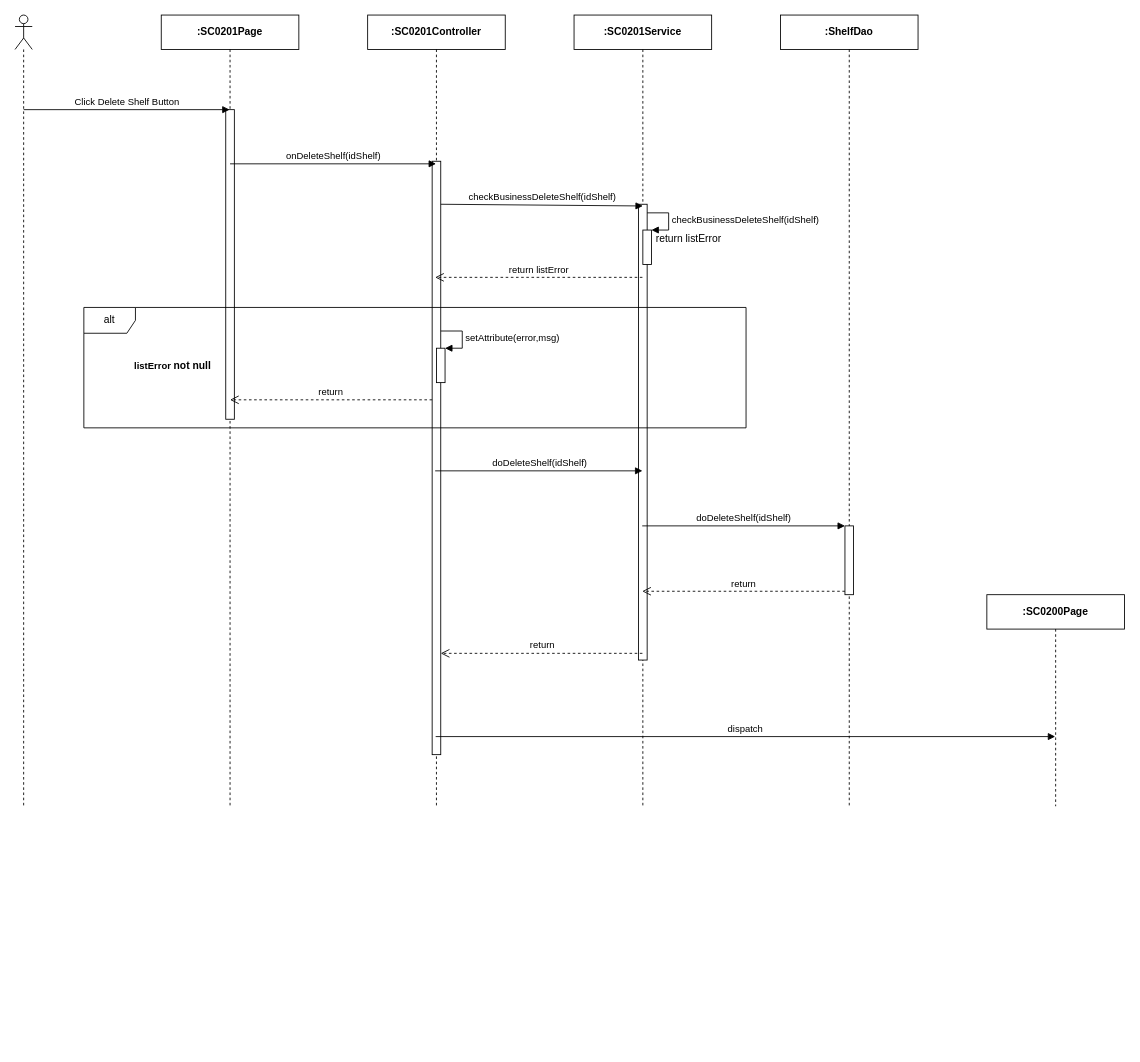
luannmdev/CapstoneDocument keeps this draw.io diagram as page "Ev04" (4 of 7) of Users/LuanNM/SEQ Diagram Review/sc02/SC0201_ShelfDetail.drawio. Above is the earlier version. Source tidied: cells renumbered, new cells numbered last; positions are measured from the earlier drawing's top-left corner, leaving out a move shared by most shapes. Both pictures are drawn from the tidied source at 86%, with x=0, y=0 at pixel (15, 15).
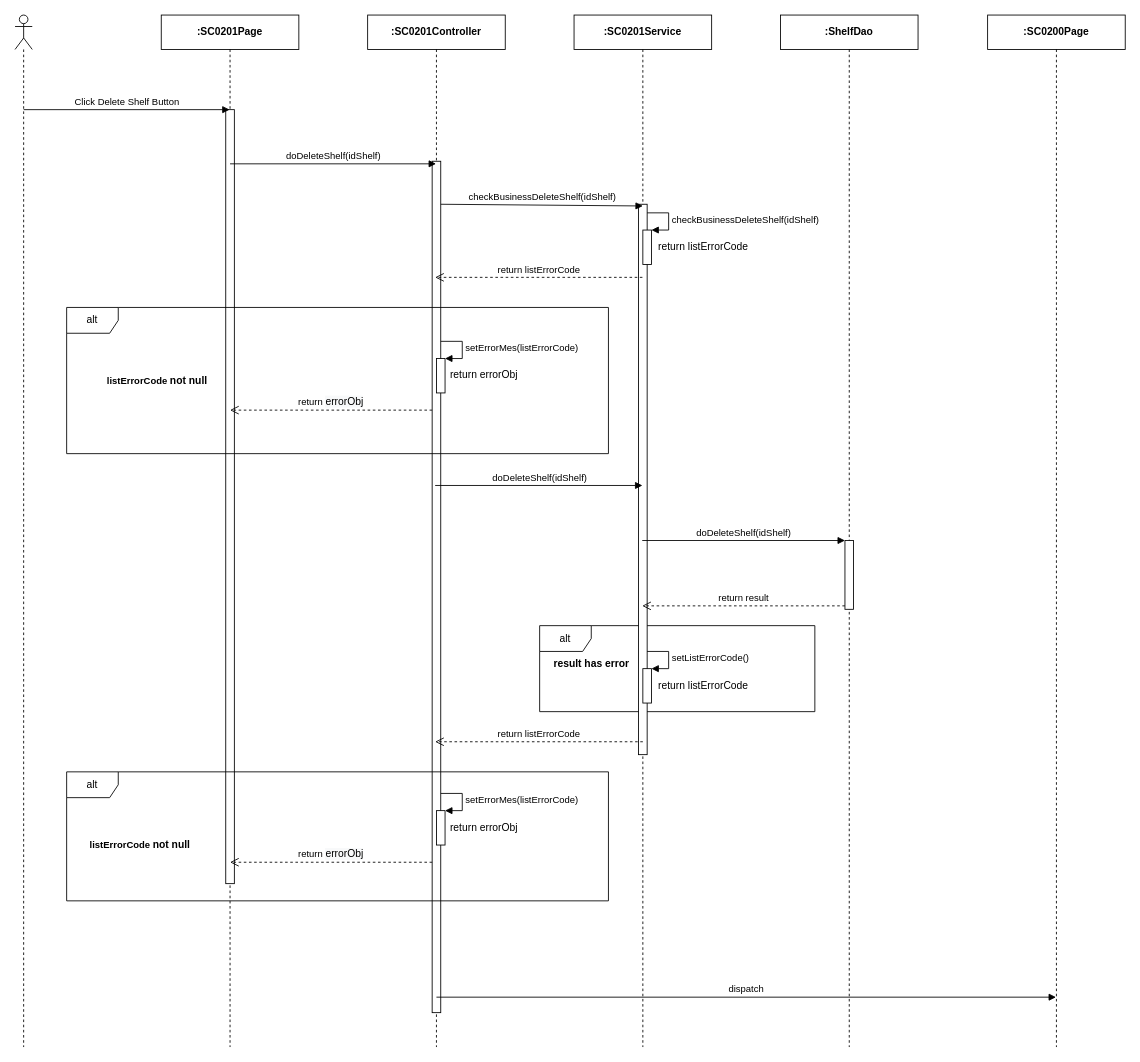
The same page after the edit.

The edit, as a diff of the source:
```diff
@@
+    <mxCell id="29" value="alt" style="shape=umlFrame;whiteSpace=wrap;html=1;" parent="1" vertex="1">
+      <mxGeometry x="610" y="710" width="320" height="100" as="geometry" />
+    </mxCell>
     <mxCell id="2" style="shape=umlLifeline;participant=umlActor;perimeter=lifelinePerimeter;whiteSpace=wrap;html=1;verticalAlign=top;spacingTop=36;" parent="1" vertex="1">
-      <mxGeometry width="20" height="920" as="geometry" />
+      <mxGeometry width="20" height="1200" as="geometry" />
     </mxCell>
     <mxCell id="3" value="&lt;b&gt;:SC0201Page&lt;/b&gt;" style="shape=umlLifeline;perimeter=lifelinePerimeter;whiteSpace=wrap;html=1;outlineConnect=0;" parent="1" vertex="1">
-      <mxGeometry x="170" width="160" height="920" as="geometry" />
+      <mxGeometry x="170" width="160" height="1200" as="geometry" />
     </mxCell>
     <mxCell id="4" style="html=1;perimeter=orthogonalPerimeter;" parent="3" vertex="1">
-      <mxGeometry x="75" y="110" width="10" height="360" as="geometry" />
+      <mxGeometry x="75" y="110" width="10" height="900" as="geometry" />
     </mxCell>
     <mxCell id="5" value="&lt;b&gt;:ShelfDao&lt;/b&gt;" style="shape=umlLifeline;perimeter=lifelinePerimeter;whiteSpace=wrap;html=1;" parent="1" vertex="1">
-      <mxGeometry x="890" width="160" height="920" as="geometry" />
+      <mxGeometry x="890" width="160" height="1200" as="geometry" />
     </mxCell>
     <mxCell id="6" value="&lt;b&gt;:&lt;/b&gt;&lt;b&gt;SC0201&lt;/b&gt;&lt;b&gt;Service&lt;/b&gt;" style="shape=umlLifeline;perimeter=lifelinePerimeter;whiteSpace=wrap;html=1;" parent="1" vertex="1">
-      <mxGeometry x="650" width="160" height="920" as="geometry" />
+      <mxGeometry x="650" width="160" height="1200" as="geometry" />
     </mxCell>
     <mxCell id="7" style="html=1;perimeter=orthogonalPerimeter;" parent="6" vertex="1">
-      <mxGeometry x="75" y="220" width="10" height="530" as="geometry" />
+      <mxGeometry x="75" y="220" width="10" height="640" as="geometry" />
     </mxCell>
     <mxCell id="8" value="&lt;b&gt;:SC0201Controller&lt;/b&gt;" style="shape=umlLifeline;perimeter=lifelinePerimeter;whiteSpace=wrap;html=1;" parent="1" vertex="1">
-      <mxGeometry x="410" width="160" height="920" as="geometry" />
+      <mxGeometry x="410" width="160" height="1200" as="geometry" />
     </mxCell>
     <mxCell id="9" style="html=1;perimeter=orthogonalPerimeter;" parent="8" vertex="1">
-      <mxGeometry x="75" y="170" width="10" height="690" as="geometry" />
+      <mxGeometry x="75" y="170" width="10" height="990" as="geometry" />
     </mxCell>
@@
-    <mxCell id="11" value="onDeleteShelf(idShelf)" style="html=1;verticalAlign=bottom;endArrow=block;" parent="1" edge="1">
+    <mxCell id="11" value="doDeleteShelf(idShelf)" style="html=1;verticalAlign=bottom;endArrow=block;" parent="1" edge="1">
       <mxGeometry relative="1" as="geometry">
         <mxPoint x="250" y="173" as="sourcePoint" />
         <mxPoint x="489.5" y="173" as="targetPoint" />
       </mxGeometry>
     </mxCell>
@@
-    <mxCell id="13" value="return listError" style="html=1;verticalAlign=bottom;endArrow=open;dashed=1;endSize=8;" parent="1" edge="1">
+    <mxCell id="13" value="return listErrorCode" style="html=1;verticalAlign=bottom;endArrow=open;dashed=1;endSize=8;" parent="1" edge="1">
       <mxGeometry relative="1" as="geometry">
         <mxPoint x="729.5" y="305" as="sourcePoint" />
         <mxPoint x="488.5" y="305" as="targetPoint" />
       </mxGeometry>
     </mxCell>
-    <mxCell id="14" value="alt" style="shape=umlFrame;whiteSpace=wrap;html=1;" parent="1" vertex="1">
-      <mxGeometry x="80" y="340" width="770" height="140" as="geometry" />
-    </mxCell>
-    <mxCell id="15" value="&lt;span style=&quot;font-size: 11px ; background-color: rgb(255 , 255 , 255)&quot;&gt;&lt;b&gt;listError&amp;nbsp;&lt;/b&gt;&lt;/span&gt;&lt;b&gt;not null&lt;/b&gt;" style="text;html=1;align=center;verticalAlign=middle;" parent="1" vertex="1">
-      <mxGeometry x="133" y="398" width="100" height="20" as="geometry" />
-    </mxCell>
-    <mxCell id="16" style="html=1;points=[];perimeter=orthogonalPerimeter;" parent="1" vertex="1">
-      <mxGeometry x="490" y="387.4" width="10" height="40" as="geometry" />
-    </mxCell>
-    <mxCell id="17" value="setAttribute(error,msg)" style="edgeStyle=orthogonalEdgeStyle;html=1;align=left;spacingLeft=2;endArrow=block;rounded=0;entryX=1;entryY=0;" parent="1" edge="1" target="16">
-      <mxGeometry relative="1" as="geometry">
-        <mxPoint x="495" y="367.4" as="sourcePoint" />
-        <Array as="points">
-          <mxPoint x="520" y="367.4" />
-        </Array>
-      </mxGeometry>
-    </mxCell>
-    <mxCell id="18" value="return" style="html=1;verticalAlign=bottom;endArrow=open;dashed=1;endSize=8;" parent="1" edge="1">
-      <mxGeometry relative="1" as="geometry">
-        <mxPoint x="485" y="447.4" as="sourcePoint" />
-        <mxPoint x="250" y="447.4" as="targetPoint" />
-      </mxGeometry>
-    </mxCell>
     <mxCell id="19" value="doDeleteShelf(idShelf)" style="html=1;verticalAlign=bottom;endArrow=block;" parent="1" edge="1">
       <mxGeometry relative="1" as="geometry">
-        <mxPoint x="488.5" y="530" as="sourcePoint" />
-        <mxPoint x="729.5" y="530" as="targetPoint" />
+        <mxPoint x="488.5" y="547" as="sourcePoint" />
+        <mxPoint x="729.5" y="547" as="targetPoint" />
       </mxGeometry>
     </mxCell>
-    <mxCell id="20" value="return" style="html=1;verticalAlign=bottom;endArrow=open;dashed=1;endSize=8;" parent="1" edge="1">
-      <mxGeometry relative="1" as="geometry">
-        <mxPoint x="729.5" y="742.2" as="sourcePoint" />
-        <mxPoint x="495" y="742.2" as="targetPoint" />
-      </mxGeometry>
-    </mxCell>
@@
-    <mxCell id="23" value="return listError" style="text;html=1;align=center;verticalAlign=middle;" parent="1" vertex="1">
-      <mxGeometry x="738" y="250" width="90" height="20" as="geometry" />
+    <mxCell id="23" value="return listErrorCode" style="text;html=1;align=center;verticalAlign=middle;" parent="1" vertex="1">
+      <mxGeometry x="740" y="260" width="120" height="20" as="geometry" />
     </mxCell>
     <mxCell id="24" style="html=1;points=[];perimeter=orthogonalPerimeter;" parent="1" vertex="1">
-      <mxGeometry x="965" y="594" width="10" height="80" as="geometry" />
+      <mxGeometry x="965" y="611" width="10" height="80" as="geometry" />
     </mxCell>
     <mxCell id="25" value="doDeleteShelf(idShelf)" style="html=1;verticalAlign=bottom;endArrow=block;entryX=0;entryY=0;" parent="1" edge="1" target="24">
       <mxGeometry relative="1" as="geometry">
-        <mxPoint x="729.3" y="594" as="sourcePoint" />
+        <mxPoint x="729.3" y="611" as="sourcePoint" />
       </mxGeometry>
     </mxCell>
-    <mxCell id="26" value="return" style="html=1;verticalAlign=bottom;endArrow=open;dashed=1;endSize=8;exitX=0;exitY=0.95;" parent="1" edge="1" source="24">
+    <mxCell id="26" value="return result" style="html=1;verticalAlign=bottom;endArrow=open;dashed=1;endSize=8;exitX=0;exitY=0.95;" parent="1" edge="1" source="24">
       <mxGeometry relative="1" as="geometry">
-        <mxPoint x="729.3" y="670" as="targetPoint" />
+        <mxPoint x="729.3" y="687" as="targetPoint" />
       </mxGeometry>
     </mxCell>
-    <mxCell id="27" value="dispatch" style="html=1;verticalAlign=bottom;endArrow=block;" parent="1" edge="1" target="28">
+    <mxCell id="27" value="dispatch" style="html=1;verticalAlign=bottom;endArrow=block;" parent="1" edge="1">
       <mxGeometry relative="1" as="geometry">
-        <mxPoint x="489.1" y="839" as="sourcePoint" />
+        <mxPoint x="490" y="1142" as="sourcePoint" />
+        <mxPoint x="1210.4" y="1142" as="targetPoint" />
       </mxGeometry>
     </mxCell>
     <mxCell id="28" value="&lt;b&gt;:SC0200Page&lt;/b&gt;" style="shape=umlLifeline;perimeter=lifelinePerimeter;whiteSpace=wrap;html=1;outlineConnect=0;" parent="1" vertex="1">
-      <mxGeometry x="1130" y="674" width="160" height="246" as="geometry" />
+      <mxGeometry x="1130.9" width="160" height="1200" as="geometry" />
     </mxCell>
+    <mxCell id="30" value="alt" style="shape=umlFrame;whiteSpace=wrap;html=1;" parent="1" vertex="1">
+      <mxGeometry x="60" y="340" width="630" height="170" as="geometry" />
+    </mxCell>
+    <mxCell id="31" value="&lt;b&gt;&lt;span style=&quot;font-size: 11px ; background-color: rgb(255 , 255 , 255)&quot;&gt;listErrorCode&amp;nbsp;&lt;/span&gt;not null&lt;/b&gt;" style="text;html=1;align=center;verticalAlign=middle;" parent="1" vertex="1">
+      <mxGeometry x="100" y="415" width="130" height="20" as="geometry" />
+    </mxCell>
+    <mxCell id="32" style="html=1;points=[];perimeter=orthogonalPerimeter;" parent="1" vertex="1">
+      <mxGeometry x="490" y="399.4" width="10" height="40" as="geometry" />
+    </mxCell>
+    <mxCell id="33" value="setErrorMes(listErrorCode)" style="edgeStyle=orthogonalEdgeStyle;html=1;align=left;spacingLeft=2;endArrow=block;rounded=0;entryX=1;entryY=0;" parent="1" edge="1" target="32">
+      <mxGeometry relative="1" as="geometry">
+        <mxPoint x="495" y="379.4" as="sourcePoint" />
+        <Array as="points">
+          <mxPoint x="520" y="379.4" />
+        </Array>
+      </mxGeometry>
+    </mxCell>
+    <mxCell id="34" value="return&amp;nbsp;&lt;span style=&quot;font-size: 12px ; background-color: rgb(248 , 249 , 250)&quot;&gt;errorObj&lt;/span&gt;" style="html=1;verticalAlign=bottom;endArrow=open;dashed=1;endSize=8;" parent="1" edge="1">
+      <mxGeometry relative="1" as="geometry">
+        <mxPoint x="485" y="459.4" as="sourcePoint" />
+        <mxPoint x="250" y="459.4" as="targetPoint" />
+      </mxGeometry>
+    </mxCell>
+    <mxCell id="35" value="return errorObj" style="text;html=1;align=center;verticalAlign=middle;" parent="1" vertex="1">
+      <mxGeometry x="500" y="409.4" width="90" height="20" as="geometry" />
+    </mxCell>
+    <mxCell id="36" value="alt" style="shape=umlFrame;whiteSpace=wrap;html=1;" parent="1" vertex="1">
+      <mxGeometry x="60" y="880" width="630" height="150" as="geometry" />
+    </mxCell>
+    <mxCell id="37" value="result has error" style="text;html=1;align=center;verticalAlign=middle;fontStyle=1;" parent="1" vertex="1">
+      <mxGeometry x="620" y="745" width="100" height="20" as="geometry" />
+    </mxCell>
+    <mxCell id="38" style="html=1;points=[];perimeter=orthogonalPerimeter;" parent="1" vertex="1">
+      <mxGeometry x="730" y="760" width="10" height="40" as="geometry" />
+    </mxCell>
+    <mxCell id="39" value="setListErrorCode()" style="edgeStyle=orthogonalEdgeStyle;html=1;align=left;spacingLeft=2;endArrow=block;rounded=0;entryX=1;entryY=0;" parent="1" edge="1" target="38">
+      <mxGeometry relative="1" as="geometry">
+        <mxPoint x="735" y="740" as="sourcePoint" />
+        <Array as="points">
+          <mxPoint x="760" y="740" />
+        </Array>
+      </mxGeometry>
+    </mxCell>
+    <mxCell id="40" value="return listErrorCode" style="text;html=1;align=center;verticalAlign=middle;" parent="1" vertex="1">
+      <mxGeometry x="740" y="770" width="120" height="20" as="geometry" />
+    </mxCell>
+    <mxCell id="41" style="html=1;points=[];perimeter=orthogonalPerimeter;" parent="1" vertex="1">
+      <mxGeometry x="490" y="925.1" width="10" height="40" as="geometry" />
+    </mxCell>
+    <mxCell id="42" value="setErrorMes(listErrorCode)" style="edgeStyle=orthogonalEdgeStyle;html=1;align=left;spacingLeft=2;endArrow=block;rounded=0;entryX=1;entryY=0;" parent="1" edge="1" target="41">
+      <mxGeometry relative="1" as="geometry">
+        <mxPoint x="495" y="905.1" as="sourcePoint" />
+        <Array as="points">
+          <mxPoint x="520" y="905.1" />
+        </Array>
+      </mxGeometry>
+    </mxCell>
+    <mxCell id="43" value="return&amp;nbsp;&lt;span style=&quot;font-size: 12px ; background-color: rgb(248 , 249 , 250)&quot;&gt;errorObj&lt;/span&gt;" style="html=1;verticalAlign=bottom;endArrow=open;dashed=1;endSize=8;" parent="1" edge="1">
+      <mxGeometry relative="1" as="geometry">
+        <mxPoint x="485" y="985.1" as="sourcePoint" />
+        <mxPoint x="250" y="985.1" as="targetPoint" />
+      </mxGeometry>
+    </mxCell>
+    <mxCell id="44" value="return errorObj" style="text;html=1;align=center;verticalAlign=middle;" parent="1" vertex="1">
+      <mxGeometry x="500" y="935.1" width="90" height="20" as="geometry" />
+    </mxCell>
+    <mxCell id="45" value="return listErrorCode" style="html=1;verticalAlign=bottom;endArrow=open;dashed=1;endSize=8;" parent="1" edge="1">
+      <mxGeometry relative="1" as="geometry">
+        <mxPoint x="730" y="845" as="sourcePoint" />
+        <mxPoint x="488.5" y="845" as="targetPoint" />
+      </mxGeometry>
+    </mxCell>
+    <mxCell id="46" value="&lt;b&gt;&lt;span style=&quot;font-size: 11px ; background-color: rgb(255 , 255 , 255)&quot;&gt;listErrorCode&amp;nbsp;&lt;/span&gt;not null&lt;/b&gt;" style="text;html=1;align=center;verticalAlign=middle;" parent="1" vertex="1">
+      <mxGeometry x="80" y="955.1" width="130" height="20" as="geometry" />
+    </mxCell>
```
